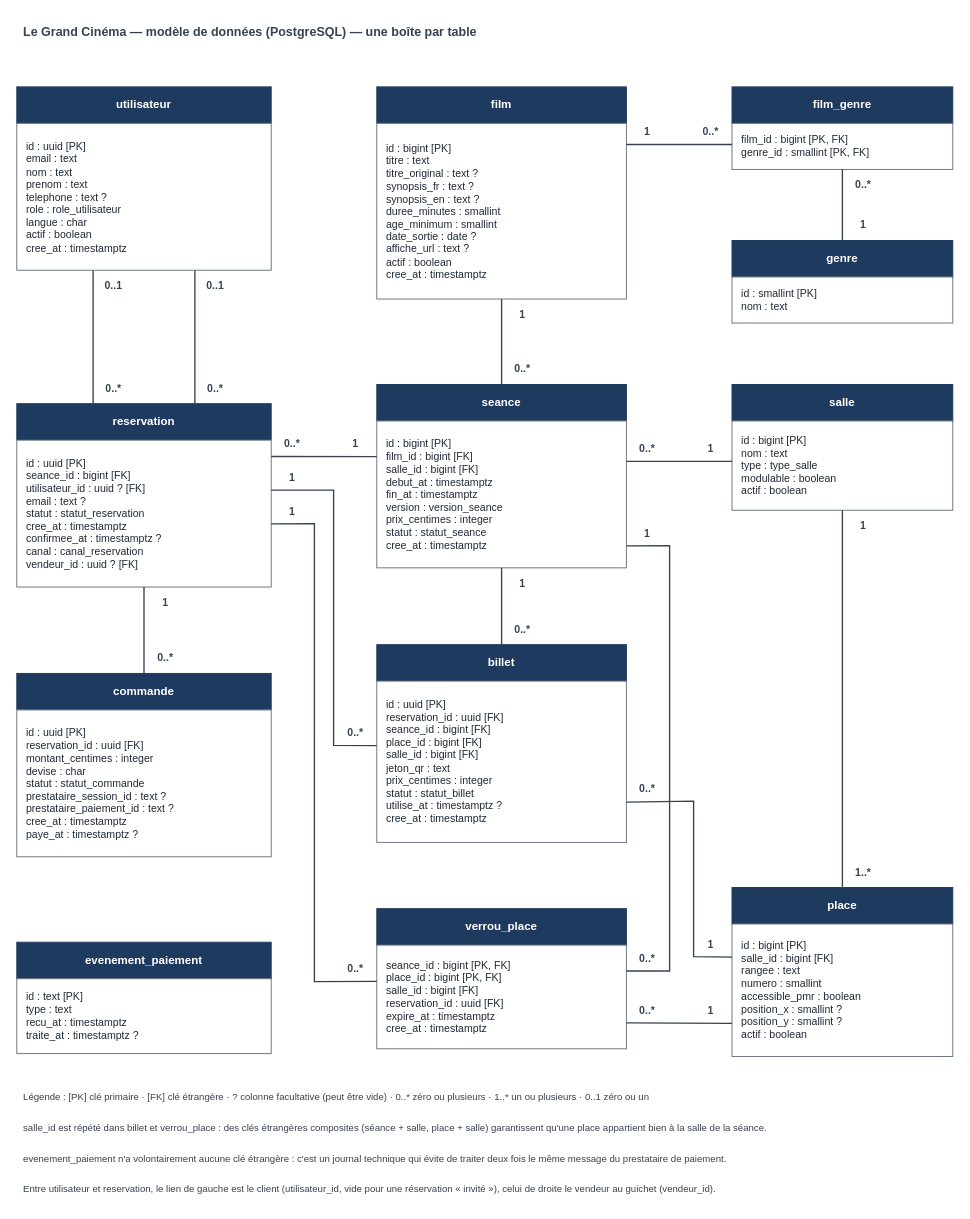
This is docs/schema_base_de_donnees.drawio from Jn-mond/le-grand-cinema, a draw.io file, before an edit. Source tidied: cells renumbered, new cells numbered last; positions are measured from the earlier drawing's top-left corner, leaving out a move shared by most shapes. Both pictures are drawn from the tidied source at 96%, with x=0, y=0 at pixel (16, 16).
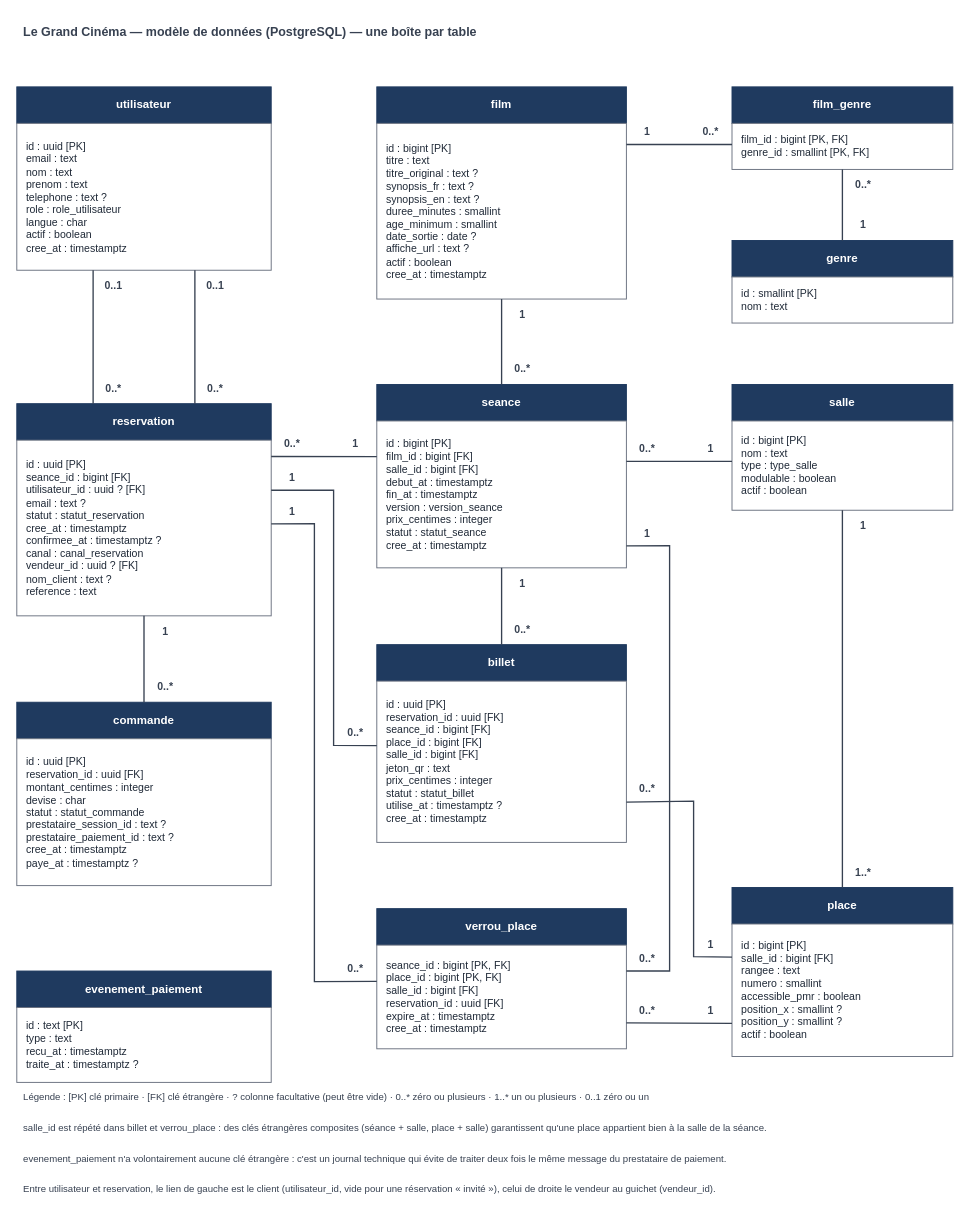
The same diagram, later.

Unchanged cells that the change refers to:
```xml
<mxCell id="14" value="id : bigint  [PK]&lt;br&gt;film_id : bigint  [FK]&lt;br&gt;salle_id : bigint  [FK]&lt;br&gt;debut_at : timestamptz&lt;br&gt;fin_at : timestamptz&lt;br&gt;version : version_seance&lt;br&gt;prix_centimes : integer&lt;br&gt;statut : statut_seance&lt;br&gt;cree_at : timestamptz" style="rounded=0;whiteSpace=wrap;html=1;fillColor=#FFFFFF;strokeColor=#6B7280;fontSize=11;fontColor=#1F2937;align=left;spacingLeft=8;" parent="1" vertex="1">
  <mxGeometry x="375" y="421" width="260" height="153" as="geometry" />
</mxCell>
<mxCell id="16" value="id : uuid  [PK]&lt;br&gt;reservation_id : uuid  [FK]&lt;br&gt;seance_id : bigint  [FK]&lt;br&gt;place_id : bigint  [FK]&lt;br&gt;salle_id : bigint  [FK]&lt;br&gt;jeton_qr : text&lt;br&gt;prix_centimes : integer&lt;br&gt;statut : statut_billet&lt;br&gt;utilise_at : timestamptz ?&lt;br&gt;cree_at : timestamptz" style="rounded=0;whiteSpace=wrap;html=1;fillColor=#FFFFFF;strokeColor=#6B7280;fontSize=11;fontColor=#1F2937;align=left;spacingLeft=8;" parent="1" vertex="1">
  <mxGeometry x="375" y="692" width="260" height="168" as="geometry" />
</mxCell>
<mxCell id="18" value="seance_id : bigint  [PK, FK]&lt;br&gt;place_id : bigint  [PK, FK]&lt;br&gt;salle_id : bigint  [FK]&lt;br&gt;reservation_id : uuid  [FK]&lt;br&gt;expire_at : timestamptz&lt;br&gt;cree_at : timestamptz" style="rounded=0;whiteSpace=wrap;html=1;fillColor=#FFFFFF;strokeColor=#6B7280;fontSize=11;fontColor=#1F2937;align=left;spacingLeft=8;" parent="1" vertex="1">
  <mxGeometry x="375" y="967" width="260" height="108" as="geometry" />
</mxCell>
```

Change to the diagram source:
```diff
@@
-    <mxCell id="6" value="id : uuid  [PK]&lt;br&gt;seance_id : bigint  [FK]&lt;br&gt;utilisateur_id : uuid ?  [FK]&lt;br&gt;email : text ?&lt;br&gt;statut : statut_reservation&lt;br&gt;cree_at : timestamptz&lt;br&gt;confirmee_at : timestamptz ?&lt;br&gt;canal : canal_reservation&lt;br&gt;vendeur_id : uuid ?  [FK]" style="rounded=0;whiteSpace=wrap;html=1;fillColor=#FFFFFF;strokeColor=#6B7280;fontSize=11;fontColor=#1F2937;align=left;spacingLeft=8;" parent="1" vertex="1">
-      <mxGeometry y="441" width="265" height="153" as="geometry" />
+    <mxCell id="6" value="id : uuid  [PK]&lt;br&gt;seance_id : bigint  [FK]&lt;br&gt;utilisateur_id : uuid ?  [FK]&lt;br&gt;email : text ?&lt;br&gt;statut : statut_reservation&lt;br&gt;cree_at : timestamptz&lt;br&gt;confirmee_at : timestamptz ?&lt;br&gt;canal : canal_reservation&lt;br&gt;vendeur_id : uuid ?  [FK]&lt;br&gt;nom_client : text ?&lt;br&gt;reference : text" style="rounded=0;whiteSpace=wrap;html=1;fillColor=#FFFFFF;strokeColor=#6B7280;fontSize=11;fontColor=#1F2937;align=left;spacingLeft=8;" parent="1" vertex="1">
+      <mxGeometry y="441" width="265" height="183" as="geometry" />
     </mxCell>
     <mxCell id="7" value="commande" style="rounded=0;whiteSpace=wrap;html=1;fillColor=#1F3A5F;strokeColor=#1F3A5F;fontSize=12;fontColor=#FFFFFF;align=center;fontStyle=1;" parent="1" vertex="1">
-      <mxGeometry y="684" width="265" height="38" as="geometry" />
+      <mxGeometry y="714" width="265" height="38" as="geometry" />
     </mxCell>
     <mxCell id="8" value="id : uuid  [PK]&lt;br&gt;reservation_id : uuid  [FK]&lt;br&gt;montant_centimes : integer&lt;br&gt;devise : char&lt;br&gt;statut : statut_commande&lt;br&gt;prestataire_session_id : text ?&lt;br&gt;prestataire_paiement_id : text ?&lt;br&gt;cree_at : timestamptz&lt;br&gt;paye_at : timestamptz ?" style="rounded=0;whiteSpace=wrap;html=1;fillColor=#FFFFFF;strokeColor=#6B7280;fontSize=11;fontColor=#1F2937;align=left;spacingLeft=8;" parent="1" vertex="1">
-      <mxGeometry y="722" width="265" height="153" as="geometry" />
+      <mxGeometry y="752" width="265" height="153" as="geometry" />
     </mxCell>
     <mxCell id="9" value="evenement_paiement" style="rounded=0;whiteSpace=wrap;html=1;fillColor=#1F3A5F;strokeColor=#1F3A5F;fontSize=12;fontColor=#FFFFFF;align=center;fontStyle=1;" parent="1" vertex="1">
-      <mxGeometry y="964" width="265" height="38" as="geometry" />
+      <mxGeometry y="994" width="265" height="38" as="geometry" />
     </mxCell>
     <mxCell id="10" value="id : text  [PK]&lt;br&gt;type : text&lt;br&gt;recu_at : timestamptz&lt;br&gt;traite_at : timestamptz ?" style="rounded=0;whiteSpace=wrap;html=1;fillColor=#FFFFFF;strokeColor=#6B7280;fontSize=11;fontColor=#1F2937;align=left;spacingLeft=8;" parent="1" vertex="1">
-      <mxGeometry y="1002" width="265" height="78" as="geometry" />
+      <mxGeometry y="1032" width="265" height="78" as="geometry" />
     </mxCell>
@@
     <mxCell id="31" value="1" style="text;html=1;whiteSpace=wrap;align=center;verticalAlign=middle;fontSize=11;fontColor=#374151;fontStyle=1;" parent="1" vertex="1">
-      <mxGeometry x="125" y="598" width="60" height="24" as="geometry" />
+      <mxGeometry x="125" y="628" width="60" height="24" as="geometry" />
     </mxCell>
     <mxCell id="32" value="0..*" style="text;html=1;whiteSpace=wrap;align=center;verticalAlign=middle;fontSize=11;fontColor=#374151;fontStyle=1;" parent="1" vertex="1">
-      <mxGeometry x="125" y="656" width="60" height="24" as="geometry" />
+      <mxGeometry x="125" y="686" width="60" height="24" as="geometry" />
     </mxCell>
@@
-    <mxCell id="64" style="endArrow=none;startArrow=none;html=1;rounded=0;strokeColor=#374151;strokeWidth=1.4;fontSize=12;labelBackgroundColor=#FFFFFF;exitX=1;exitY=0.11137316561844882;exitDx=0;exitDy=0;entryX=0;entryY=0.2424004192872119;entryDx=0;entryDy=0;" parent="1" edge="1" source="6" target="14">
+    <mxCell id="64" style="endArrow=none;startArrow=none;html=1;rounded=0;strokeColor=#374151;strokeWidth=1.4;fontSize=12;labelBackgroundColor=#FFFFFF;exitX=1;exitY=0.0931200701139353;exitDx=0;exitDy=0;entryX=0;entryY=0.2424004192872119;entryDx=0;entryDy=0;" parent="1" edge="1" source="6" target="14">
       <mxGeometry relative="1" as="geometry" />
     </mxCell>
-    <mxCell id="65" style="endArrow=none;startArrow=none;html=1;rounded=0;strokeColor=#374151;strokeWidth=1.4;fontSize=12;labelBackgroundColor=#FFFFFF;exitX=1;exitY=0.34067085953878423;exitDx=0;exitDy=0;entryX=0;entryY=0.3999999999999996;entryDx=0;entryDy=0;" parent="1" edge="1" source="6" target="16">
+    <mxCell id="65" style="endArrow=none;startArrow=none;html=1;rounded=0;strokeColor=#374151;strokeWidth=1.4;fontSize=12;labelBackgroundColor=#FFFFFF;exitX=1;exitY=0.28483786152497825;exitDx=0;exitDy=0;entryX=0;entryY=0.3999999999999996;entryDx=0;entryDy=0;" parent="1" edge="1" source="6" target="16">
       <mxGeometry relative="1" as="geometry">
         <Array as="points">
           <mxPoint x="330" y="493" />
           <mxPoint x="330" y="759" />
         </Array>
       </mxGeometry>
     </mxCell>
-    <mxCell id="66" style="endArrow=none;startArrow=none;html=1;rounded=0;strokeColor=#374151;strokeWidth=1.4;fontSize=12;labelBackgroundColor=#FFFFFF;exitX=1;exitY=0.5699685534591197;exitDx=0;exitDy=0;entryX=0;entryY=0.3500000000000006;entryDx=0;entryDy=0;" parent="1" edge="1" source="6" target="18">
+    <mxCell id="66" style="endArrow=none;startArrow=none;html=1;rounded=0;strokeColor=#374151;strokeWidth=1.4;fontSize=12;labelBackgroundColor=#FFFFFF;exitX=1;exitY=0.4765556529360212;exitDx=0;exitDy=0;entryX=0;entryY=0.3500000000000006;entryDx=0;entryDy=0;" parent="1" edge="1" source="6" target="18">
       <mxGeometry relative="1" as="geometry">
         <Array as="points">
           <mxPoint x="310" y="528" />
           <mxPoint x="310" y="1005" />
         </Array>
       </mxGeometry>
     </mxCell>
```
